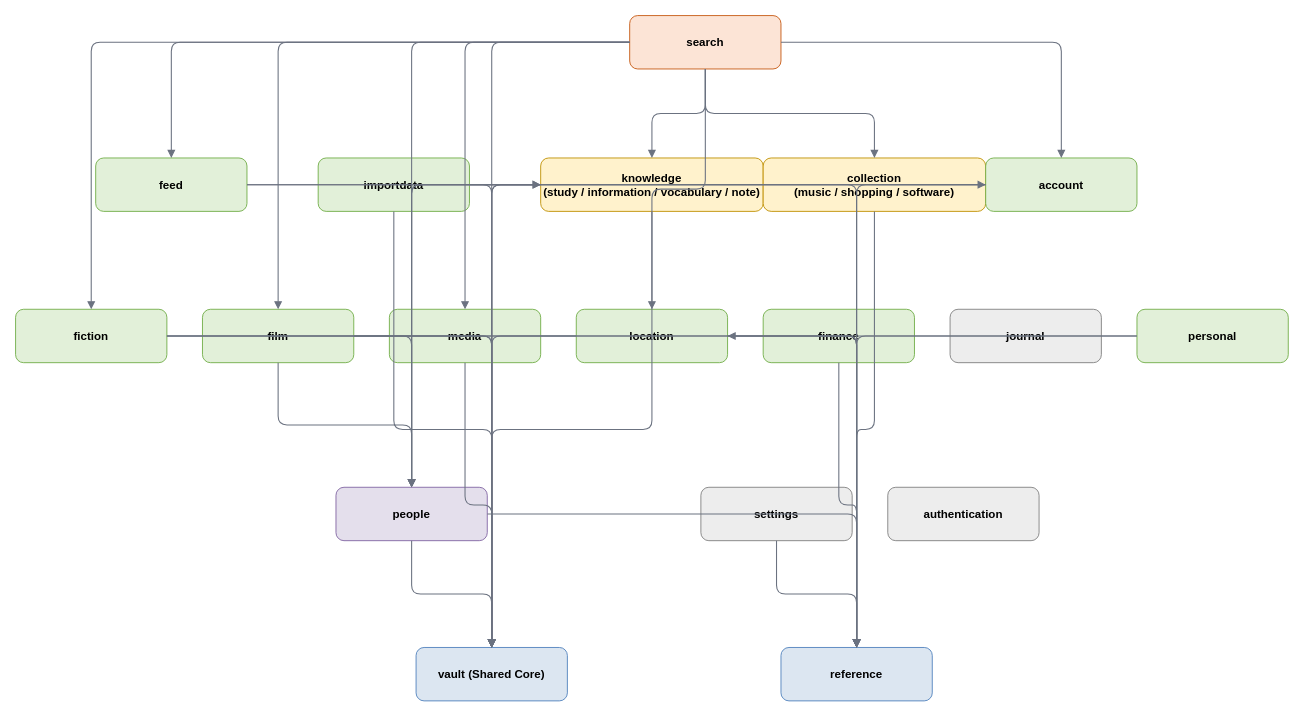
Earlier version of the draw.io diagram docs/architecture/diagrams/source/module-dependencies.drawio (vhvkhangg/personal-private-vault). Source tidied: cells renumbered, new cells numbered last; positions are measured from the earlier drawing's top-left corner, leaving out a move shared by most shapes. Both pictures are drawn from the tidied source at 89%, with x=0, y=0 at pixel (15, 15).
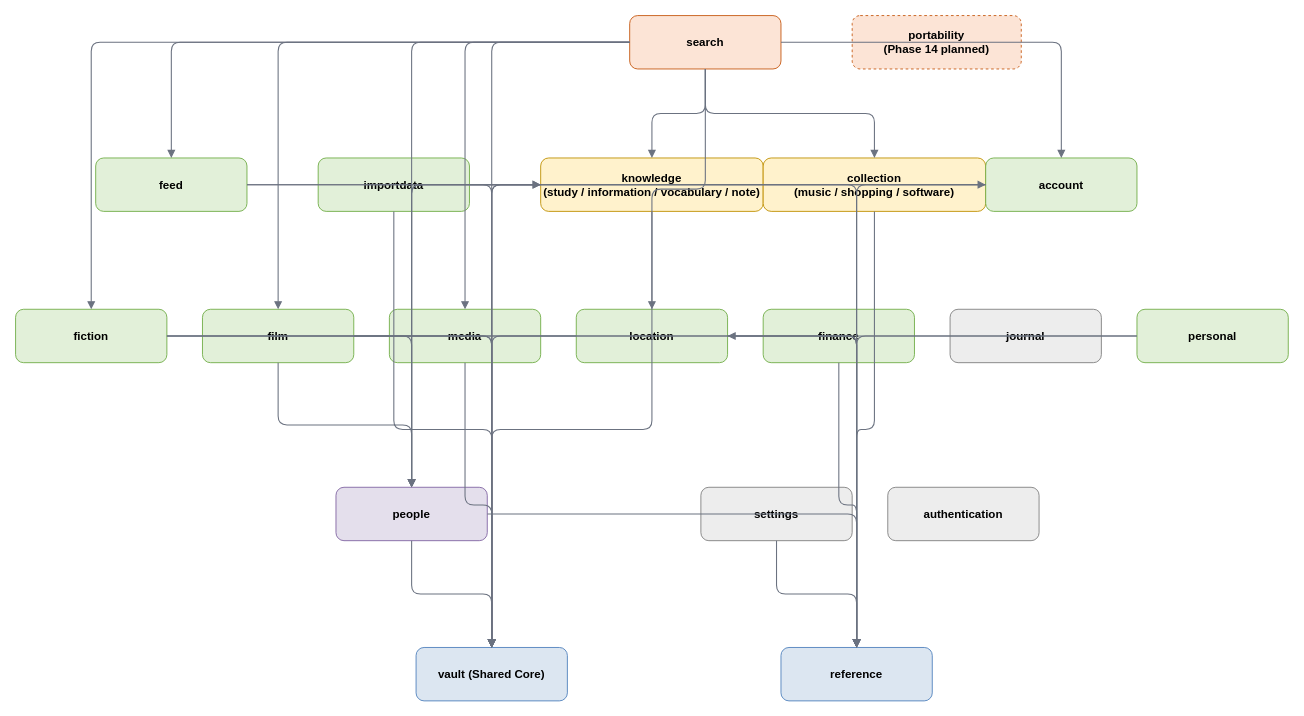
Above is the later version.

Change to the diagram source:
```diff
@@
+    <mxCell id="58" value="portability&#10;(Phase 14 planned)" style="rounded=1;dashed=1;whiteSpace=wrap;html=1;fillColor=#FCE4D6;strokeColor=#C65911;fontStyle=1;fontSize=13;align=center;verticalAlign=middle;" parent="1" vertex="1">
+      <mxGeometry x="940" width="190" height="60" as="geometry" />
+    </mxCell>
```
